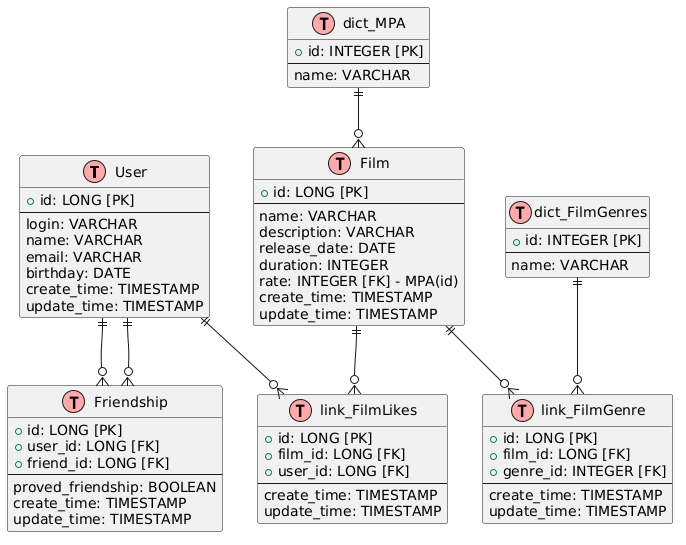
Earlier version of the PlantUML export erd.png (winslow9/java-filmorate).
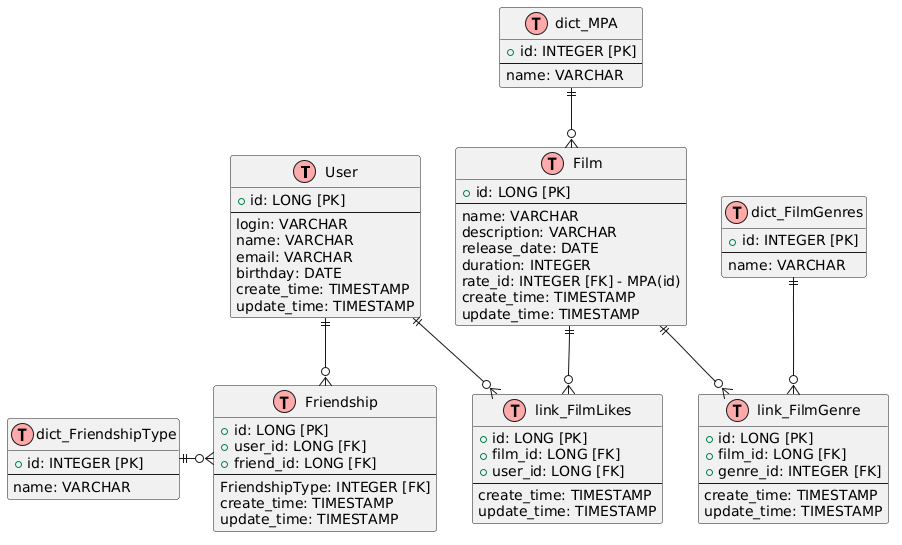
The same file after the commit.

Change to the diagram source:
```diff
@@ -19,7 +19,7 @@
     description: VARCHAR
     release_date: DATE
     duration: INTEGER
-    rate: INTEGER [FK] - MPA(id)
+    rate_id: INTEGER [FK] - MPA(id)
 create_time: TIMESTAMP
 update_time: TIMESTAMP
 }
@@ -31,6 +31,12 @@
 }
 
 table(dict_FilmGenres) {
+    + id: INTEGER [PK]
+    --
+    name: VARCHAR
+}
+
+table(dict_FriendshipType) {
     + id: INTEGER [PK]
     --
     name: VARCHAR
@@ -59,16 +65,16 @@
     + user_id: LONG [FK]
     + friend_id: LONG [FK]
 --
-proved_friendship: BOOLEAN
+FriendshipType: INTEGER [FK]
 create_time: TIMESTAMP
 update_time: TIMESTAMP
 }
 
 User ||--o{ Friendship
-User ||--o{ Friendship
 User ||--o{ link_FilmLikes
 Film ||--o{ link_FilmLikes
 Film ||--o{ link_FilmGenre
+dict_FriendshipType||-o{ Friendship
 dict_MPA ||--o{ Film
 dict_FilmGenres ||--o{ link_FilmGenre
 @enduml
```
